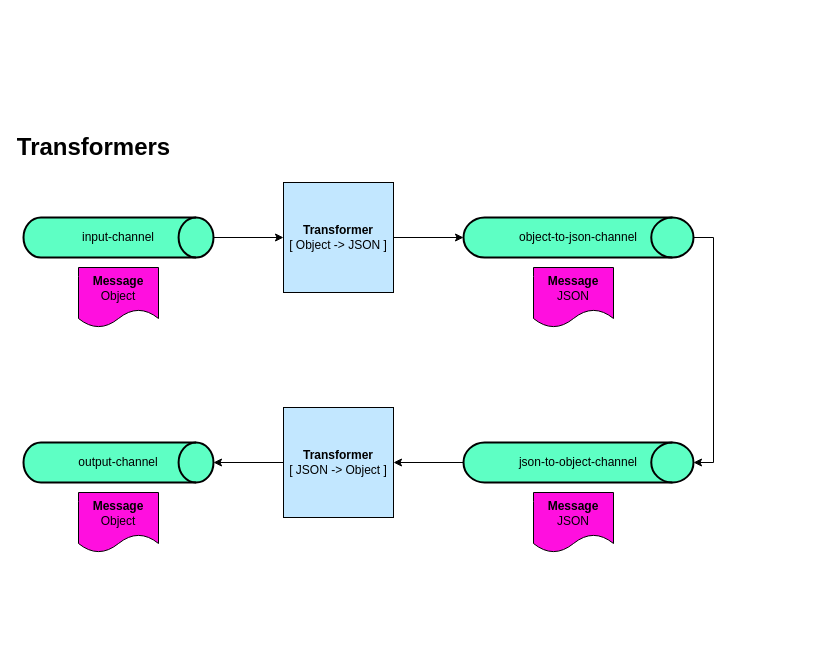
HimanshubhusanRath/spring-integration-repo keeps this draw.io diagram as spring-integration-simplemessaging/project-flow.drawio. Above is the earlier version. Source tidied: cells renumbered, new cells numbered last; positions are measured from the earlier drawing's top-left corner, leaving out a move shared by most shapes. Both pictures are drawn from the tidied source at 100%, with x=0, y=0 at pixel (23, 127).
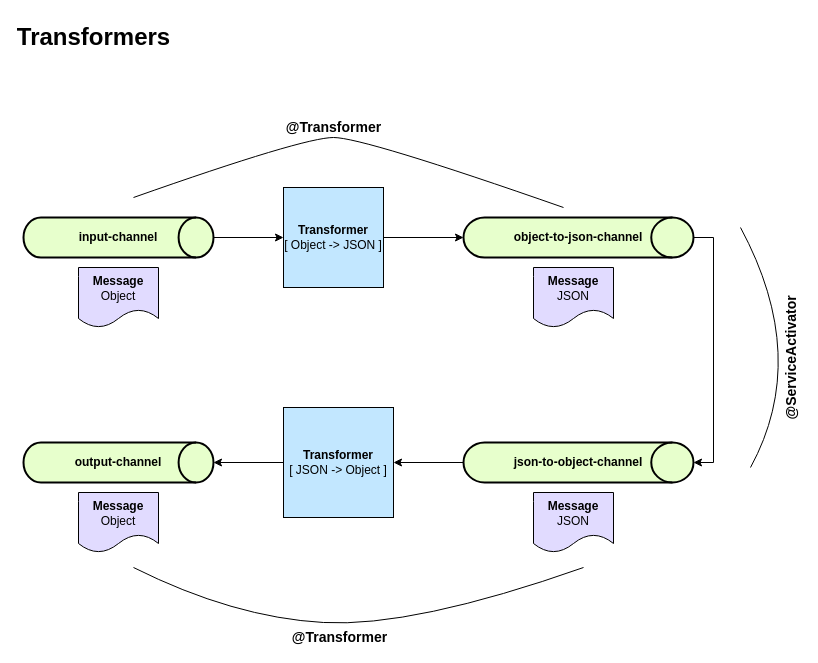
The same diagram, later.

The edit, as a diff of the source:
```diff
@@
     <mxCell id="2" value="Transformers" style="text;strokeColor=none;fillColor=none;html=1;fontSize=24;fontStyle=1;verticalAlign=middle;align=center;" parent="1" vertex="1">
-      <mxGeometry x="20" width="100" height="40" as="geometry" />
+      <mxGeometry x="20" y="-110" width="100" height="40" as="geometry" />
     </mxCell>
@@
-    <mxCell id="4" value="input-channel" style="strokeWidth=2;html=1;shape=mxgraph.flowchart.direct_data;whiteSpace=wrap;fillColor=#5EFFC4;" parent="1" vertex="1">
+    <mxCell id="4" value="input-channel" style="strokeWidth=2;html=1;shape=mxgraph.flowchart.direct_data;whiteSpace=wrap;fillColor=#E7FFCC;fontStyle=1;" parent="1" vertex="1">
       <mxGeometry y="90" width="190" height="40" as="geometry" />
     </mxCell>
@@
-    <mxCell id="6" value="object-to-json-channel" style="strokeWidth=2;html=1;shape=mxgraph.flowchart.direct_data;whiteSpace=wrap;fillColor=#5EFFC4;" parent="1" vertex="1">
+    <mxCell id="6" value="object-to-json-channel" style="strokeWidth=2;html=1;shape=mxgraph.flowchart.direct_data;whiteSpace=wrap;fillColor=#E7FFCC;fontStyle=1;" parent="1" vertex="1">
       <mxGeometry x="440" y="90" width="230" height="40" as="geometry" />
     </mxCell>
@@
     <mxCell id="8" value="&lt;b&gt;Transformer&lt;/b&gt;&lt;br&gt;[ Object -&amp;gt; JSON ]" style="whiteSpace=wrap;html=1;fillColor=#C2E7FF;" parent="1" vertex="1">
-      <mxGeometry x="260" y="55" width="110" height="110" as="geometry" />
+      <mxGeometry x="260" y="60" width="100" height="100" as="geometry" />
     </mxCell>
-    <mxCell id="9" value="&lt;b&gt;Message&lt;/b&gt;&lt;br&gt;JSON" style="shape=document;whiteSpace=wrap;html=1;boundedLbl=1;fillColor=#FF0FDF;" parent="1" vertex="1">
+    <mxCell id="9" value="&lt;b&gt;Message&lt;/b&gt;&lt;br&gt;JSON" style="shape=document;whiteSpace=wrap;html=1;boundedLbl=1;fillColor=#E1DBFF;" parent="1" vertex="1">
       <mxGeometry x="510" y="140" width="80" height="60" as="geometry" />
     </mxCell>
-    <mxCell id="10" value="&lt;b&gt;Message&lt;/b&gt;&lt;br&gt;Object" style="shape=document;whiteSpace=wrap;html=1;boundedLbl=1;fillColor=#FF0FDF;" parent="1" vertex="1">
+    <mxCell id="10" value="&lt;b&gt;Message&lt;/b&gt;&lt;br&gt;Object" style="shape=document;whiteSpace=wrap;html=1;boundedLbl=1;fillColor=#E1DBFF;" parent="1" vertex="1">
       <mxGeometry x="55" y="140" width="80" height="60" as="geometry" />
     </mxCell>
-    <mxCell id="11" value="output-channel" style="strokeWidth=2;html=1;shape=mxgraph.flowchart.direct_data;whiteSpace=wrap;fillColor=#5EFFC4;" parent="1" vertex="1">
+    <mxCell id="11" value="output-channel" style="strokeWidth=2;html=1;shape=mxgraph.flowchart.direct_data;whiteSpace=wrap;fillColor=#E7FFCC;fontStyle=1;" parent="1" vertex="1">
       <mxGeometry y="315" width="190" height="40" as="geometry" />
     </mxCell>
@@
-    <mxCell id="13" value="json-to-object-channel" style="strokeWidth=2;html=1;shape=mxgraph.flowchart.direct_data;whiteSpace=wrap;fillColor=#5EFFC4;" parent="1" vertex="1">
+    <mxCell id="13" value="json-to-object-channel" style="strokeWidth=2;html=1;shape=mxgraph.flowchart.direct_data;whiteSpace=wrap;fillColor=#E7FFCC;fontStyle=1;" parent="1" vertex="1">
       <mxGeometry x="440" y="315" width="230" height="40" as="geometry" />
     </mxCell>
@@
-    <mxCell id="16" value="&lt;b&gt;Message&lt;/b&gt;&lt;br&gt;JSON" style="shape=document;whiteSpace=wrap;html=1;boundedLbl=1;fillColor=#FF0FDF;" parent="1" vertex="1">
+    <mxCell id="16" value="&lt;b&gt;Message&lt;/b&gt;&lt;br&gt;JSON" style="shape=document;whiteSpace=wrap;html=1;boundedLbl=1;fillColor=#E1DBFF;" parent="1" vertex="1">
       <mxGeometry x="510" y="365" width="80" height="60" as="geometry" />
     </mxCell>
-    <mxCell id="17" value="&lt;b&gt;Message&lt;/b&gt;&lt;br&gt;Object" style="shape=document;whiteSpace=wrap;html=1;boundedLbl=1;fillColor=#FF0FDF;" parent="1" vertex="1">
+    <mxCell id="17" value="&lt;b&gt;Message&lt;/b&gt;&lt;br&gt;Object" style="shape=document;whiteSpace=wrap;html=1;boundedLbl=1;fillColor=#E1DBFF;" parent="1" vertex="1">
       <mxGeometry x="55" y="365" width="80" height="60" as="geometry" />
     </mxCell>
+    <mxCell id="18" value="&lt;b&gt;&lt;font style=&quot;font-size: 14px&quot;&gt;@Transformer&lt;/font&gt;&lt;/b&gt;" style="curved=1;endArrow=none;html=1;rounded=0;endFill=0;" parent="1" edge="1">
+      <mxGeometry x="-0.07" y="10" relative="1" as="geometry">
+        <mxPoint x="110" y="70" as="sourcePoint" />
+        <mxPoint x="540" y="80" as="targetPoint" />
+        <Array as="points">
+          <mxPoint x="280" y="10" />
+          <mxPoint x="340" y="10" />
+        </Array>
+      </mxGeometry>
+    </mxCell>
+    <mxCell id="19" style="curved=1;endArrow=none;html=1;rounded=0;endFill=0;" parent="1" edge="1">
+      <mxGeometry relative="1" as="geometry">
+        <mxPoint x="560" y="440" as="sourcePoint" />
+        <mxPoint x="110" y="440" as="targetPoint" />
+        <Array as="points">
+          <mxPoint x="390" y="500" />
+          <mxPoint x="210" y="490" />
+        </Array>
+      </mxGeometry>
+    </mxCell>
+    <mxCell id="20" value="&lt;b&gt;&lt;font style=&quot;font-size: 14px&quot;&gt;@Transformer&lt;/font&gt;&lt;/b&gt;" style="edgeLabel;html=1;align=center;verticalAlign=middle;" parent="19" vertex="1">
+      <mxGeometry x="0.15" y="-3" relative="1" as="geometry">
+        <mxPoint x="17" y="18" as="offset" />
+      </mxGeometry>
+    </mxCell>
+    <mxCell id="21" style="curved=1;endArrow=none;html=1;rounded=0;fontSize=14;endFill=0;" parent="1" edge="1">
+      <mxGeometry relative="1" as="geometry">
+        <mxPoint x="727" y="340" as="sourcePoint" />
+        <mxPoint x="717" y="100" as="targetPoint" />
+        <Array as="points">
+          <mxPoint x="787" y="230" />
+          <mxPoint x="717" y="100" />
+        </Array>
+      </mxGeometry>
+    </mxCell>
+    <mxCell id="22" value="&lt;b&gt;@ServiceActivator&lt;/b&gt;" style="edgeLabel;html=1;align=center;verticalAlign=middle;fontSize=14;rotation=-90;" parent="21" vertex="1">
+      <mxGeometry x="0.11" y="23" relative="1" as="geometry">
+        <mxPoint x="13" y="13" as="offset" />
+      </mxGeometry>
+    </mxCell>
```
